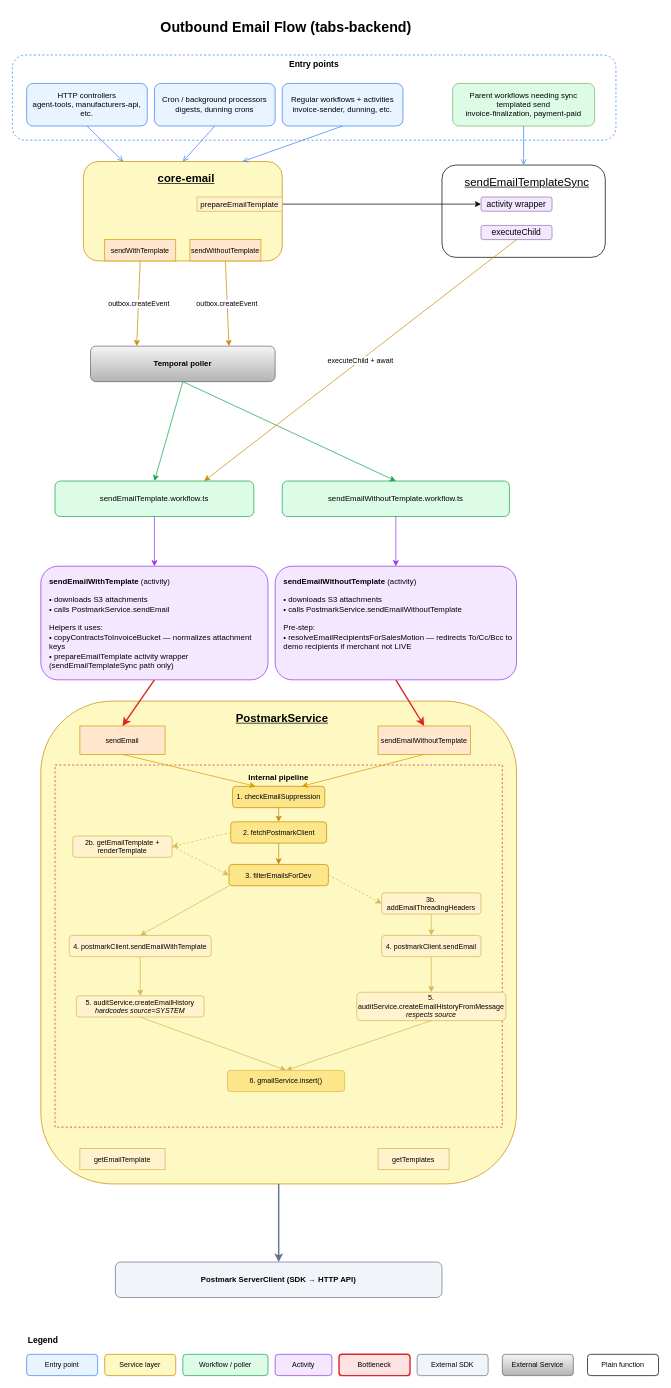
Above: email-flow.drawio in yabrown/tabs-stuff (draw.io), before the change. Source tidied: cells renumbered, new cells numbered last; positions are measured from the earlier drawing's top-left corner, leaving out a move shared by most shapes. Both pictures are drawn from the tidied source at 71%, with x=0, y=0 at pixel (12, 12).
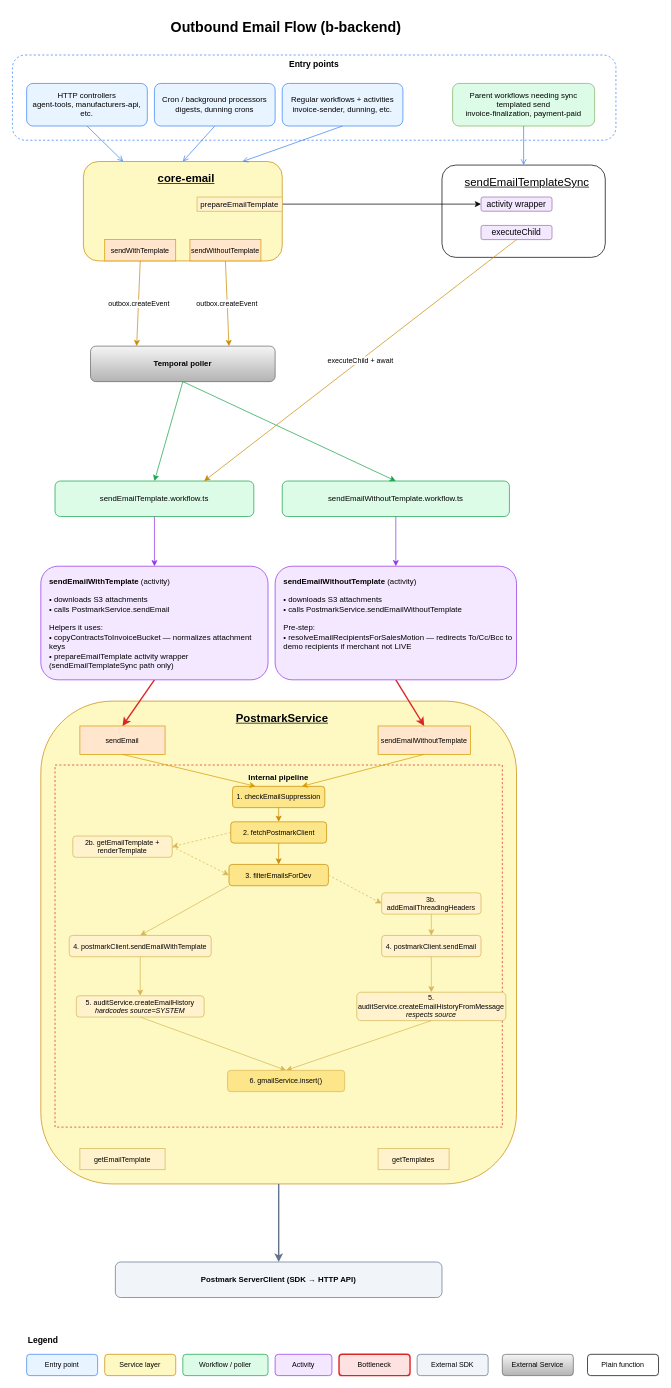
Above is the later version.

Commit message:
test that changes actually reflect in notion (view only link)

The edit, as a diff of the source:
```diff
@@
-    <mxCell id="2" value="Outbound Email Flow (tabs-backend)" style="text;html=1;align=center;verticalAlign=middle;fontSize=20;fontStyle=1;" parent="1" vertex="1">
+    <mxCell id="2" value="Outbound Email Flow (b-backend)" style="text;html=1;align=center;verticalAlign=middle;fontSize=20;fontStyle=1;" parent="1" vertex="1">
       <mxGeometry x="160" width="450" height="40" as="geometry" />
     </mxCell>
```
